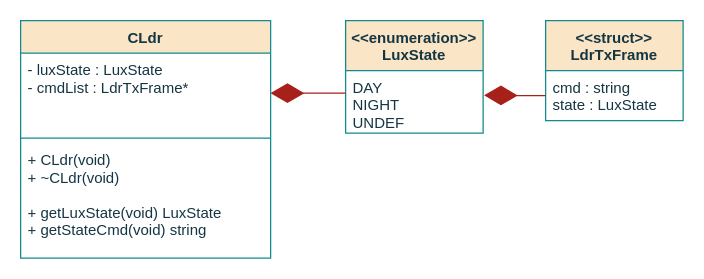
Earlier version of the draw.io diagram page "class" (1 of 4) of documentation/flowcharts/02Classes/CLdr.drawio (ESRGgroup9/slipad). Source tidied: cells renumbered, new cells numbered last; positions are measured from the earlier drawing's top-left corner, leaving out a move shared by most shapes. Both pictures are drawn from the tidied source at 125%, with x=0, y=0 at pixel (20, 20).
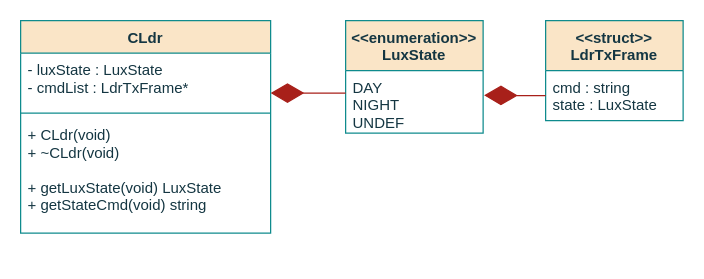
The same diagram, later.

The edit, as a diff of the source:
```diff
@@
 <mxGraphModel>
   <root>
     <mxCell id="0" />
     <mxCell id="1" parent="0" />
     <mxCell id="2" value="CLdr" style="swimlane;fontStyle=1;align=center;verticalAlign=top;horizontal=1;startSize=26;fillColor=#FAE5C7;strokeColor=#0F8B8D;fontColor=#143642;" parent="1" vertex="1">
-      <mxGeometry width="200" height="190" as="geometry" />
+      <mxGeometry width="200" height="170" as="geometry" />
     </mxCell>
     <mxCell id="3" value="- luxState : LuxState&#10;- cmdList : LdrTxFrame*&#10; " style="text;strokeColor=none;fillColor=none;align=left;verticalAlign=top;spacingLeft=4;spacingRight=4;overflow=hidden;points=[[0,0.5],[1,0.5]];portConstraint=eastwest;fontColor=#143642;" parent="2" vertex="1">
-      <mxGeometry y="26" width="200" height="64" as="geometry" />
+      <mxGeometry y="26" width="200" height="44" as="geometry" />
     </mxCell>
     <mxCell id="4" style="line;strokeWidth=1;fillColor=none;align=left;verticalAlign=middle;spacingTop=-1;spacingLeft=3;spacingRight=3;labelPosition=right;labelBackgroundColor=#DAD2D8;strokeColor=#0F8B8D;fontColor=#143642;" parent="2" vertex="1">
-      <mxGeometry y="90" width="200" height="8" as="geometry" />
+      <mxGeometry y="70" width="200" height="8" as="geometry" />
     </mxCell>
     <mxCell id="5" value="+ CLdr(void)&#10;+ ~CLdr(void)&#10;&#10;+ getLuxState(void) LuxState&#10;+ getStateCmd(void) string&#10;&#10;&#10;&#10;" style="text;strokeColor=none;fillColor=none;align=left;verticalAlign=top;spacingLeft=4;spacingRight=4;overflow=hidden;fontColor=#143642;spacing=2;fontStyle=0;" parent="2" vertex="1">
-      <mxGeometry y="98" width="200" height="92" as="geometry" />
+      <mxGeometry y="78" width="200" height="92" as="geometry" />
     </mxCell>
     <mxCell id="6" value="&lt;&lt;enumeration&gt;&gt;&#10;LuxState&#10;" style="swimlane;fontStyle=1;align=center;verticalAlign=top;horizontal=1;startSize=40;fillColor=#FAE5C7;strokeColor=#0F8B8D;fontColor=#143642;" parent="1" vertex="1">
       <mxGeometry x="260" width="110" height="90" as="geometry" />
     </mxCell>
     <mxCell id="7" value="DAY&#10;NIGHT&#10;UNDEF&#10;&#10;" style="text;strokeColor=none;fillColor=none;align=left;verticalAlign=top;spacingLeft=4;spacingRight=4;overflow=hidden;points=[[0,0.5],[1,0.5]];portConstraint=eastwest;fontColor=#143642;" parent="6" vertex="1">
       <mxGeometry y="40" width="110" height="50" as="geometry" />
     </mxCell>
     <mxCell id="8" value="&lt;&lt;struct&gt;&gt;&#10;LdrTxFrame&#10;" style="swimlane;fontStyle=1;align=center;verticalAlign=top;horizontal=1;startSize=40;fillColor=#FAE5C7;strokeColor=#0F8B8D;fontColor=#143642;" parent="1" vertex="1">
       <mxGeometry x="420" width="110" height="80" as="geometry" />
     </mxCell>
     <mxCell id="9" value="cmd : string&#10;state : LuxState &#10;" style="text;strokeColor=none;fillColor=none;align=left;verticalAlign=top;spacingLeft=4;spacingRight=4;overflow=hidden;points=[[0,0.5],[1,0.5]];portConstraint=eastwest;fontColor=#143642;" parent="8" vertex="1">
       <mxGeometry y="40" width="110" height="40" as="geometry" />
     </mxCell>
-    <mxCell id="10" style="endArrow=diamondThin;endFill=1;endSize=24;html=1;rounded=0;sketch=0;fontColor=#143642;strokeColor=#A8201A;fillColor=#FAE5C7;entryX=1;entryY=0.5;entryDx=0;entryDy=0;" parent="1" edge="1" target="3">
+    <mxCell id="10" style="endArrow=diamondThin;endFill=1;endSize=24;html=1;rounded=0;sketch=0;fontColor=#143642;strokeColor=#A8201A;fillColor=#FAE5C7;entryX=1;entryY=0.727;entryDx=0;entryDy=0;entryPerimeter=0;" parent="1" edge="1" target="3">
       <mxGeometry relative="1" as="geometry">
         <mxPoint x="260" y="58" as="sourcePoint" />
       </mxGeometry>
     </mxCell>
     <mxCell id="11" style="endArrow=diamondThin;endFill=1;endSize=24;html=1;rounded=0;sketch=0;fontColor=#143642;strokeColor=#A8201A;fillColor=#FAE5C7;entryX=1.007;entryY=0.396;entryDx=0;entryDy=0;exitX=0;exitY=0.5;exitDx=0;exitDy=0;entryPerimeter=0;" parent="1" edge="1" source="9" target="7">
       <mxGeometry relative="1" as="geometry" />
     </mxCell>
   </root>
 </mxGraphModel>
```
